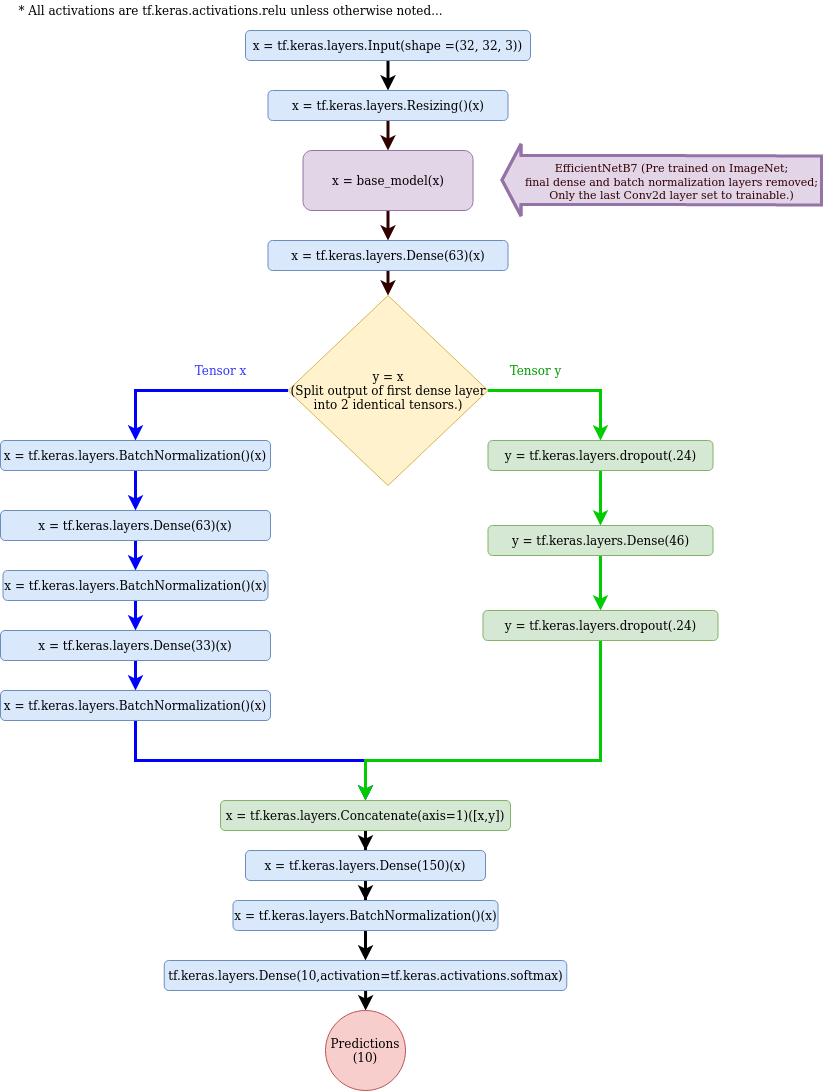
This is use-examples/EfficientNetB7-ResidualMLP_NeuralArchitectureSearch12HrTraining/2022-02-04_best_CIFAR_ResidualMLP_model.drawio.png from david-thrower/residual_MLP_Tests, a draw.io export, as it was before one commit. Source tidied: cells renumbered, new cells last; positions are measured from the earlier drawing's top-left corner, leaving out a move shared by most shapes.
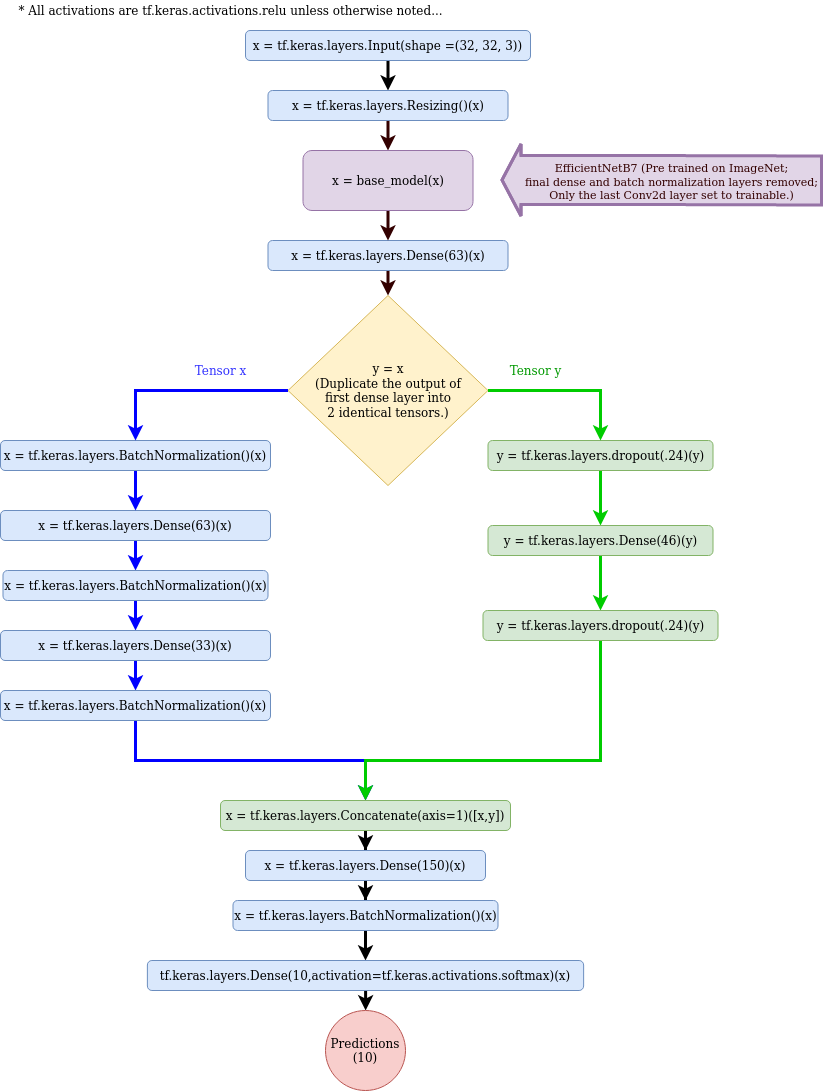
After the commit.

Commit message:
Added Corrections to the y path and conclusions on the diagram on the 12 hour training eval. Drafted probable parameter space for second pass search.

What changed in the source:
```diff
@@ -38,7 +38,7 @@
     <mxCell id="13" style="edgeStyle=orthogonalEdgeStyle;rounded=0;jettySize=auto;html=1;entryX=0.5;entryY=0;entryDx=0;entryDy=0;strokeColor=#00CC00;strokeWidth=3;" parent="1" edge="1" source="14" target="20">
       <mxGeometry relative="1" as="geometry" />
     </mxCell>
-    <mxCell id="14" value="y = tf.keras.layers.dropout(.24)" style="rounded=1;whiteSpace=wrap;html=1;fillColor=#d5e8d4;strokeColor=#82b366;" parent="1" vertex="1">
+    <mxCell id="14" value="y = tf.keras.layers.dropout(.24)(y)" style="rounded=1;whiteSpace=wrap;html=1;fillColor=#d5e8d4;strokeColor=#82b366;" parent="1" vertex="1">
       <mxGeometry x="487.5" y="440" width="225" height="30" as="geometry" />
     </mxCell>
     <mxCell id="15" style="edgeStyle=orthogonalEdgeStyle;rounded=0;jettySize=auto;html=1;entryX=0.5;entryY=0;entryDx=0;entryDy=0;fontColor=#330000;strokeWidth=3;strokeColor=#0000FF;" parent="1" edge="1" source="16" target="18">
@@ -56,7 +56,7 @@
     <mxCell id="19" style="edgeStyle=orthogonalEdgeStyle;rounded=0;jettySize=auto;html=1;strokeColor=#00CC00;strokeWidth=3;" parent="1" edge="1" source="20" target="22">
       <mxGeometry relative="1" as="geometry" />
     </mxCell>
-    <mxCell id="20" value="y = tf.keras.layers.Dense(46)" style="rounded=1;whiteSpace=wrap;html=1;fillColor=#d5e8d4;strokeColor=#82b366;" parent="1" vertex="1">
+    <mxCell id="20" value="y = tf.keras.layers.Dense(46)(y)" style="rounded=1;whiteSpace=wrap;html=1;fillColor=#d5e8d4;strokeColor=#82b366;" parent="1" vertex="1">
       <mxGeometry x="487.5" y="525" width="225" height="30" as="geometry" />
     </mxCell>
     <mxCell id="21" style="edgeStyle=orthogonalEdgeStyle;rounded=0;jettySize=auto;html=1;entryX=0.5;entryY=0;entryDx=0;entryDy=0;fontColor=#330000;strokeWidth=3;strokeColor=#00CC00;" parent="1" edge="1" source="22" target="24">
@@ -67,7 +67,7 @@
         </Array>
       </mxGeometry>
     </mxCell>
-    <mxCell id="22" value="y = tf.keras.layers.dropout(.24)" style="rounded=1;whiteSpace=wrap;html=1;fillColor=#d5e8d4;strokeColor=#82b366;" parent="1" vertex="1">
+    <mxCell id="22" value="y = tf.keras.layers.dropout(.24)(y)" style="rounded=1;whiteSpace=wrap;html=1;fillColor=#d5e8d4;strokeColor=#82b366;" parent="1" vertex="1">
       <mxGeometry x="482.5" y="610" width="235" height="30" as="geometry" />
     </mxCell>
     <mxCell id="23" style="edgeStyle=orthogonalEdgeStyle;rounded=0;jettySize=auto;html=1;entryX=0.5;entryY=0;entryDx=0;entryDy=0;fontColor=#330000;strokeWidth=3;" parent="1" edge="1" source="24" target="29">
@@ -90,7 +90,7 @@
         </Array>
       </mxGeometry>
     </mxCell>
-    <mxCell id="27" value="&lt;div&gt;y = x&lt;/div&gt;&lt;div&gt;(Split output of first dense layer into 2 identical tensors.)&lt;/div&gt;" style="rhombus;whiteSpace=wrap;html=1;fillColor=#fff2cc;strokeColor=#d6b656;" parent="1" vertex="1">
+    <mxCell id="27" value="&lt;div&gt;y = x&lt;/div&gt;&lt;div&gt;(Duplicate the output of &lt;br&gt;&lt;/div&gt;&lt;div&gt;first dense layer into &lt;br&gt;&lt;/div&gt;&lt;div&gt;2 identical tensors.)&lt;/div&gt;" style="rhombus;whiteSpace=wrap;html=1;fillColor=#fff2cc;strokeColor=#d6b656;" parent="1" vertex="1">
       <mxGeometry x="287.5" y="295" width="200" height="190" as="geometry" />
     </mxCell>
     <mxCell id="28" style="edgeStyle=orthogonalEdgeStyle;rounded=0;jettySize=auto;html=1;entryX=0.5;entryY=0;entryDx=0;entryDy=0;fontColor=#330000;strokeWidth=3;" parent="1" edge="1" source="29" target="31">
@@ -126,8 +126,8 @@
     <mxCell id="38" style="edgeStyle=orthogonalEdgeStyle;rounded=0;jettySize=auto;html=1;fontColor=#330000;strokeWidth=3;" parent="1" edge="1" source="39" target="40">
       <mxGeometry relative="1" as="geometry" />
     </mxCell>
-    <mxCell id="39" value="tf.keras.layers.Dense(10,activation=&lt;span class=&quot;pl-s1&quot;&gt;&lt;span class=&quot;pl-token&quot;&gt;tf&lt;/span&gt;&lt;/span&gt;.&lt;span class=&quot;pl-s1&quot;&gt;&lt;span class=&quot;pl-token&quot;&gt;keras&lt;/span&gt;&lt;/span&gt;.&lt;span class=&quot;pl-s1&quot;&gt;&lt;span class=&quot;pl-token&quot;&gt;activations&lt;/span&gt;&lt;/span&gt;.&lt;span class=&quot;pl-s1&quot;&gt;&lt;span class=&quot;pl-token&quot;&gt;softmax)&lt;/span&gt;&lt;/span&gt;" style="rounded=1;whiteSpace=wrap;html=1;fillColor=#dae8fc;strokeColor=#6c8ebf;" parent="1" vertex="1">
-      <mxGeometry x="163.8" y="960" width="402.5" height="30" as="geometry" />
+    <mxCell id="39" value="tf.keras.layers.Dense(10,activation=&lt;span class=&quot;pl-s1&quot;&gt;&lt;span class=&quot;pl-token&quot;&gt;tf&lt;/span&gt;&lt;/span&gt;.&lt;span class=&quot;pl-s1&quot;&gt;&lt;span class=&quot;pl-token&quot;&gt;keras&lt;/span&gt;&lt;/span&gt;.&lt;span class=&quot;pl-s1&quot;&gt;&lt;span class=&quot;pl-token&quot;&gt;activations&lt;/span&gt;&lt;/span&gt;.&lt;span class=&quot;pl-s1&quot;&gt;&lt;span class=&quot;pl-token&quot;&gt;softmax)&lt;/span&gt;&lt;/span&gt;(x)" style="rounded=1;whiteSpace=wrap;html=1;fillColor=#dae8fc;strokeColor=#6c8ebf;" parent="1" vertex="1">
+      <mxGeometry x="146.9" y="960" width="436.2" height="30" as="geometry" />
     </mxCell>
     <mxCell id="40" value="&lt;div&gt;Predictions&lt;/div&gt;(10)" style="ellipse;whiteSpace=wrap;html=1;fillColor=#f8cecc;strokeColor=#b85450;" parent="1" vertex="1">
       <mxGeometry x="325" y="1010" width="80" height="80" as="geometry" />
```
